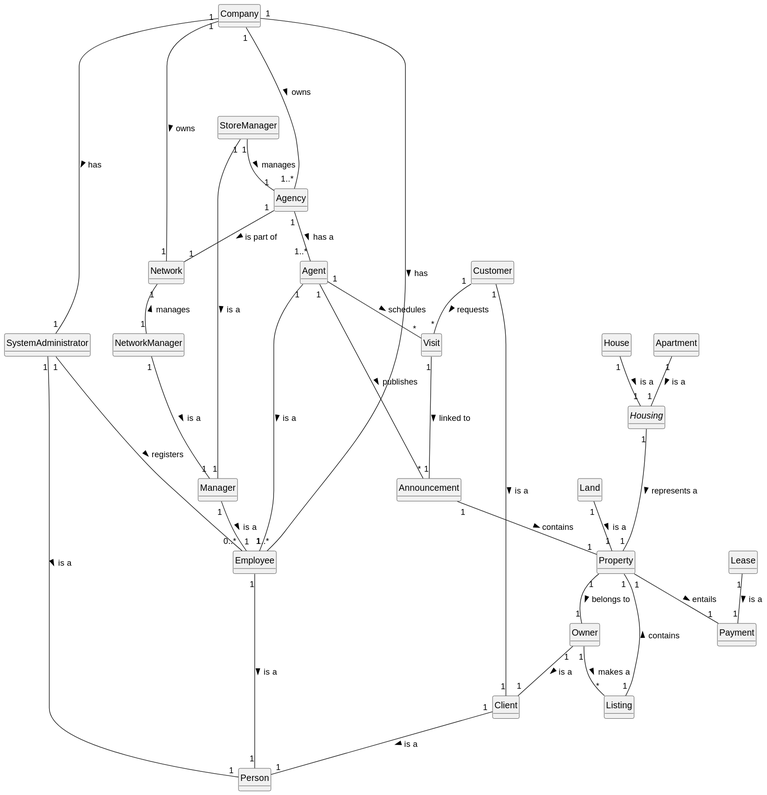
rita-barbosa/LAPR2-2223 keeps this PlantUML diagram as docs/sprintA/global-artifacts/02.analysis/svg/project-domain-model.svg. Above is the earlier version.
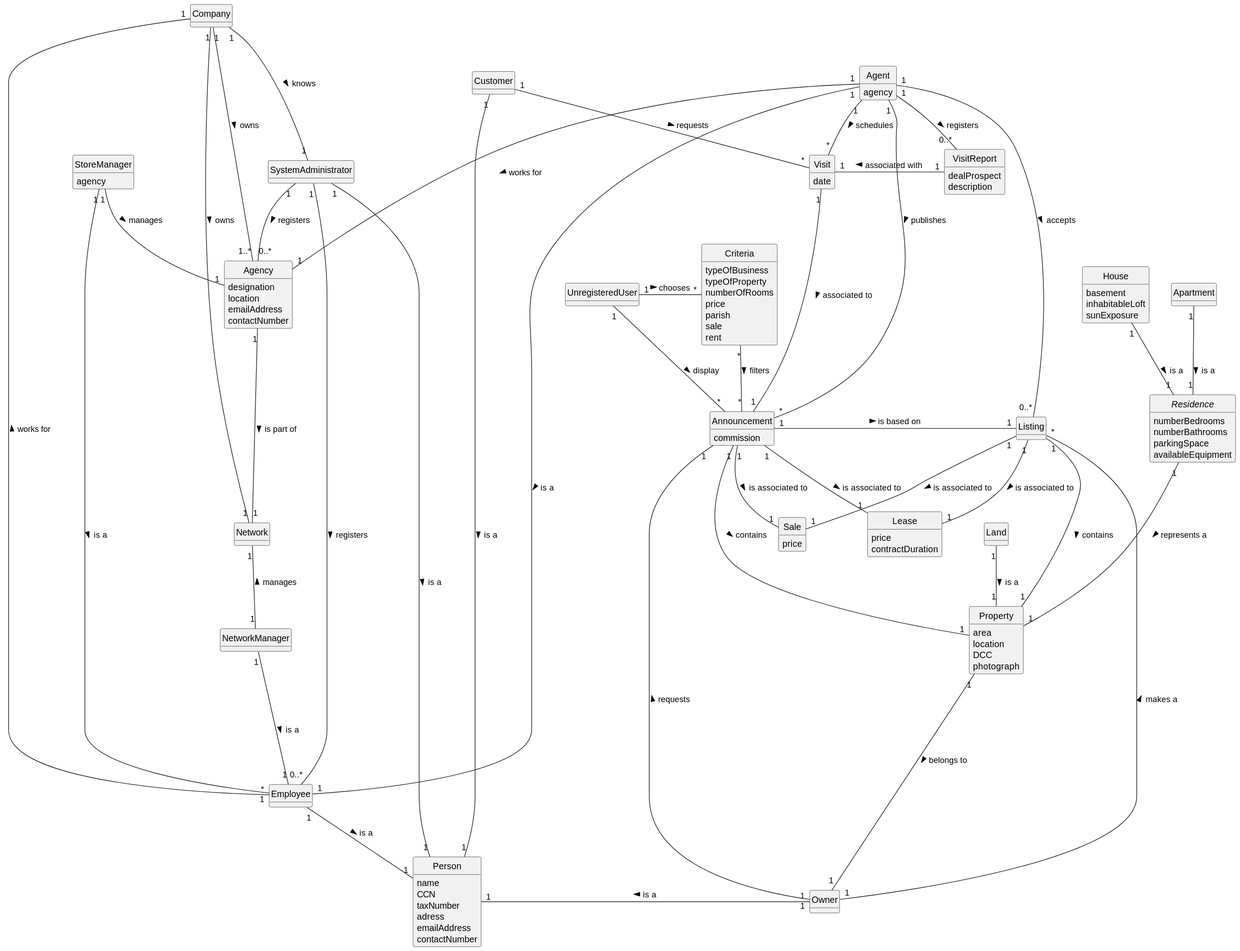
Above is the later version.

Commit message:
Production of file: project-domain-model.svg; Small adjustments to the supplementary-specification.md file.

Diff of the diagram source:
```diff
@@ -7,7 +7,6 @@
 hide methods
 
 
-
 class Company {
 }
 
@@ -15,16 +14,24 @@
 }
 
 class Agency {
+designation
+location
+emailAddress
+contactNumber
 }
 
 class Employee {
 }
 
 class Person{
+name
+CCN
+taxNumber
+adress
+emailAddress
+contactNumber
 }
 
-class Client{
-}
 
 class Owner{
 }
@@ -33,55 +40,107 @@
 }
 
 class Agent{
+agency
 }
 
-class Manager{
+class StoreManager{
+agency
 }
-class StoreManager{}
-class NetworkManager{}
-class Announcement{}
-class Listing{}
-class Visit{}
-class Property{}
-class Land{}
-abstract class Housing{}
-class Apartment{}
-class House{}
+class NetworkManager{
+}
+class Announcement{
+commission
+}
+class Listing{
+}
+class Visit{
+date
+}
+class VisitReport{
+ dealProspect
+ description
+}
+class Property{
+ area
+ location
+ DCC
+ photograph
+}
+class Land{
+}
+abstract class Residence{
+ numberBedrooms
+ numberBathrooms
+ parkingSpace
+availableEquipment
+}
+class Apartment{
+}
+class House{
+ basement
+ inhabitableLoft
+ sunExposure
+}
+
 class Network{}
-class Payment{}
-class Lease{}
+class Sale{
+price
+}
+class Lease{
+price
+contractDuration
+}
+class UnregisteredUser{
+}
+class Criteria{
+    typeOfBusiness
+    typeOfProperty
+    numberOfRooms
+    price
+    parish
+    sale
+    rent
+}
 
-
-Company "1" ---- "1..*" Agency : owns >
-Company "1" ---- "1..*" Employee : has >
-Company "1" ---- "1" SystemAdministrator : has >
-SystemAdministrator "1" ---- "1" Person: is a >
-SystemAdministrator "1" ---- "0..*" Employee: registers >
-Employee "1" ---- "1" Person: is a >
-Client "1" -- "1" Person: is a >
-Owner "1" -- "1" Client: is a >
-Customer "1" -- "1" Client: is a >
+Employee "*" -up- "1" Company : works for >
+Company "1" --- "1..*" Agency : owns >
+Company "1" --- "1" SystemAdministrator : knows >
+SystemAdministrator "1" - "1" Person: is a >
+SystemAdministrator "1" -- "0..*" Employee: registers >
+SystemAdministrator "1" -- "0..*" Agency: registers >
+Employee "1" -- "1" Person: is a >
+Person "1" - "1" Owner: is a <
+Customer "1" -- "1" Person: is a >
 Agent "1" -- "1" Employee: is a >
-Manager "1" -- "1" Employee: is a >
-StoreManager "1" -- "1" Manager: is a >
-NetworkManager "1" --- "1" Manager: is a >
-Agent "1" -- "*" Announcement: publishes >
-Agent "1" --  "*" Visit: schedules >
-Agency "1" -- "1..*" Agent: has a >
-Owner "1" -- "*" Listing: makes a >
+StoreManager "1" -- "1" Employee: is a >
+NetworkManager "1" --- "1" Employee: is a >
+Agent "1" - "*" Announcement: publishes >
+Agent "1" -- "*" Visit: schedules >
+Agent "1" --- "1" Agency: works for >
+Owner "1" -up- "*" Listing: makes a >
 Customer "1" -- "*" Visit:  requests >
 StoreManager "1" -- "1" Agency: manages >
 NetworkManager "1" -up- "1" Network: manages >
-Agency "1" -- "1" Network: is part of >
+Agency "1" --- "1" Network: is part of >
 Company "1" -- "1" Network: owns >
 Announcement "1" -- "1" Property: contains >
-Visit "1" --- "1" Announcement: linked to >
+Announcement "1" - "1" Owner: requests <
+Visit "1" --- "1" Announcement: associated to >
 Land "1" -- "1" Property: is a >
-Housing "1" --- "1" Property:  represents a >
-Apartment "1" -- "1" Housing: is a >
-House "1" -- "1" Housing: is a >
+Residence "1" --- "1" Property:  represents a >
+Apartment "1" -- "1" Residence: is a >
+House "1" -- "1" Residence: is a >
 Listing "1" --- "1" Property: contains >
-Property "1" -- "1" Payment: entails >
-Lease "1" -- "1" Payment: is a >
-Property "1" -- "1" Owner:  belongs to >
+Announcement "1"-- "1" Sale: is associated to >
+Announcement "1" - "1" Lease: is associated to >
+Announcement "1" - "1" Listing: is based on >
+Listing "1"-- "1" Sale: is associated to >
+Listing "1" -- "1" Lease: is associated to >
+Property "1" --- "1" Owner:  belongs to >
+Visit "1" - "1"  VisitReport: associated with <
+Agent "1" - "0..*" VisitReport: registers >
+Agent "1" -- "0..*" Listing: accepts >
+UnregisteredUser "1" - "*" Announcement: display >
+UnregisteredUser "1" - "*" Criteria: chooses >
+Criteria "*" -- "*" Announcement: filters >
 @enduml
```
